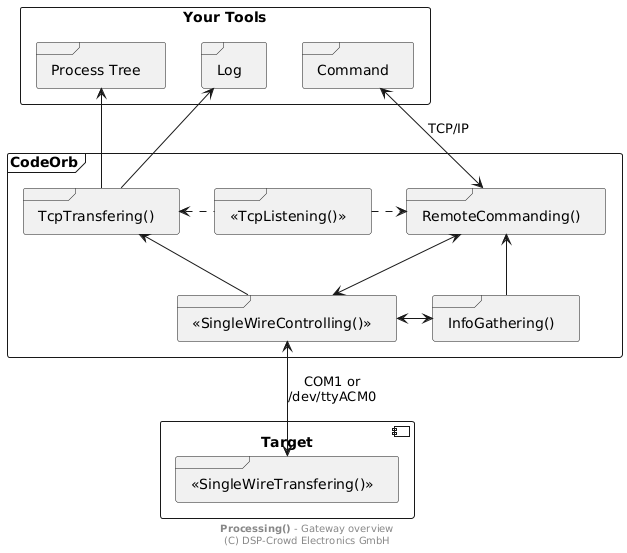
This is doc/system/overview-gw.png from NoOrientationProgramming/code-orb, a PlantUML export, as it was before one commit.
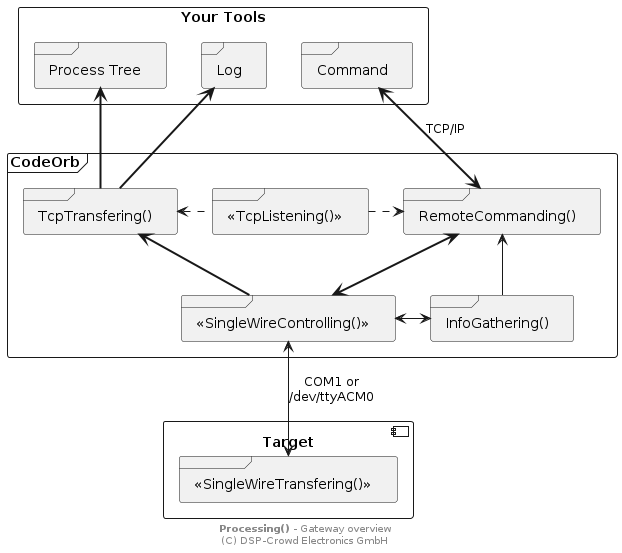
After the change.

What changed in the source:
```diff
@@ -22,15 +22,15 @@
 	frame "<<SingleWireTransfering()>>" as pSwt
 }
 
-pTree <-- pTrans
-pLog <-- pTrans
-pCmd <--> pCmdRemote : "TCP/IP"
+pTree <-[thickness=2]- pTrans
+pLog <-[thickness=2]- pTrans
+pCmd <-[thickness=2]-> pCmdRemote : "TCP/IP"
 
 pList .l.> pTrans
 pList .r.> pCmdRemote
 
-pTrans <-- pSwc
-pCmdRemote <--> pSwc
+pTrans <-[thickness=2]- pSwc
+pCmdRemote <-[thickness=2]-> pSwc
 
 pCmdRemote <-- pGather
 
```
